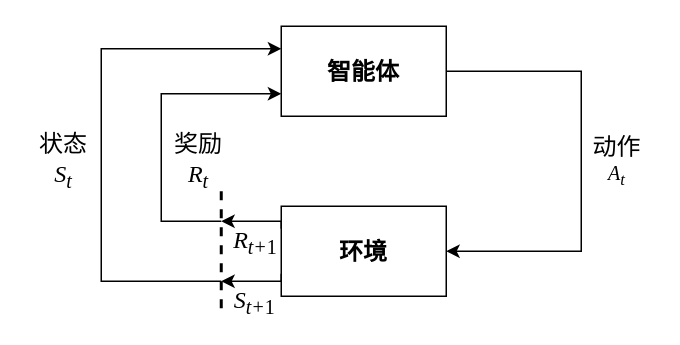
Before: agent&environment.drawio in debeetle/Drawio, a draw.io diagram. Source tidied: cells renumbered, new cells numbered last; positions are measured from the earlier drawing's top-left corner, leaving out a move shared by most shapes. Both pictures are drawn from the tidied source at 150%, with x=0, y=0 at pixel (26, 26).
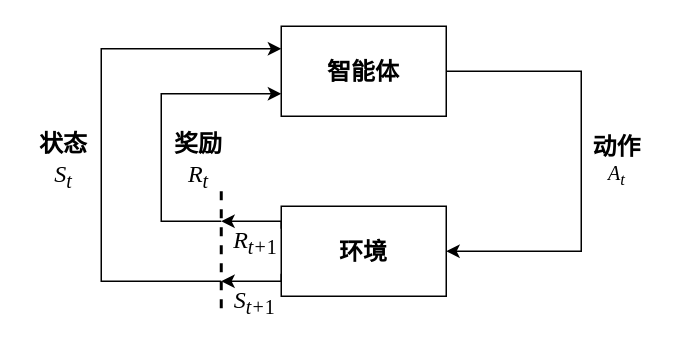
The same page after the edit.

What changed in the source:
```diff
@@
-    <mxCell id="8" value="&lt;font style=&quot;font-size: 16px;&quot;&gt;奖励&lt;br&gt;&lt;font face=&quot;Times New Roman&quot;&gt;&lt;i&gt;R&lt;sub&gt;t&lt;/sub&gt;&lt;/i&gt;&lt;/font&gt;&lt;br&gt;&lt;/font&gt;" style="text;html=1;strokeColor=none;fillColor=none;align=center;verticalAlign=middle;whiteSpace=wrap;rounded=0;fontFamily=宋体;" parent="1" vertex="1">
+    <mxCell id="8" value="&lt;font style=&quot;font-size: 16px;&quot;&gt;&lt;b&gt;奖励&lt;/b&gt;&lt;br&gt;&lt;font face=&quot;Times New Roman&quot;&gt;&lt;i&gt;R&lt;sub&gt;t&lt;/sub&gt;&lt;/i&gt;&lt;/font&gt;&lt;br&gt;&lt;/font&gt;" style="text;html=1;strokeColor=none;fillColor=none;align=center;verticalAlign=middle;whiteSpace=wrap;rounded=0;fontFamily=宋体;" parent="1" vertex="1">
       <mxGeometry x="90" y="70" width="50" height="40" as="geometry" />
     </mxCell>
-    <mxCell id="9" value="&lt;font style=&quot;font-size: 16px;&quot;&gt;状态&lt;br&gt;&lt;font face=&quot;Times New Roman&quot;&gt;&lt;i&gt;S&lt;sub&gt;t&lt;/sub&gt;&lt;/i&gt;&lt;/font&gt;&lt;br&gt;&lt;/font&gt;" style="text;html=1;strokeColor=none;fillColor=none;align=center;verticalAlign=middle;whiteSpace=wrap;rounded=0;fontFamily=宋体;" parent="1" vertex="1">
+    <mxCell id="9" value="&lt;font style=&quot;font-size: 16px;&quot;&gt;&lt;b&gt;状态&lt;/b&gt;&lt;br&gt;&lt;font face=&quot;Times New Roman&quot;&gt;&lt;i&gt;S&lt;sub&gt;t&lt;/sub&gt;&lt;/i&gt;&lt;/font&gt;&lt;br&gt;&lt;/font&gt;" style="text;html=1;strokeColor=none;fillColor=none;align=center;verticalAlign=middle;whiteSpace=wrap;rounded=0;fontFamily=宋体;" parent="1" vertex="1">
       <mxGeometry y="70" width="50" height="40" as="geometry" />
     </mxCell>
-    <mxCell id="10" value="&lt;font style=&quot;&quot;&gt;&lt;span style=&quot;font-size: 16px;&quot;&gt;动作&lt;/span&gt;&lt;br&gt;&lt;span style=&quot;font-size: 13.3333px;&quot;&gt;&lt;font face=&quot;Times New Roman&quot;&gt;&lt;i&gt;A&lt;sub&gt;t&lt;/sub&gt;&lt;/i&gt;&lt;/font&gt;&lt;/span&gt;&lt;br&gt;&lt;/font&gt;" style="text;html=1;strokeColor=none;fillColor=none;align=center;verticalAlign=middle;whiteSpace=wrap;rounded=0;fontFamily=宋体;" parent="1" vertex="1">
+    <mxCell id="10" value="&lt;font style=&quot;&quot;&gt;&lt;span style=&quot;font-size: 16px;&quot;&gt;&lt;b&gt;动作&lt;/b&gt;&lt;/span&gt;&lt;br&gt;&lt;span style=&quot;font-size: 13.3333px;&quot;&gt;&lt;font face=&quot;Times New Roman&quot;&gt;&lt;i&gt;A&lt;sub&gt;t&lt;/sub&gt;&lt;/i&gt;&lt;/font&gt;&lt;/span&gt;&lt;br&gt;&lt;/font&gt;" style="text;html=1;strokeColor=none;fillColor=none;align=center;verticalAlign=middle;whiteSpace=wrap;rounded=0;fontFamily=宋体;" parent="1" vertex="1">
       <mxGeometry x="369" y="70" width="50" height="40" as="geometry" />
     </mxCell>
```
